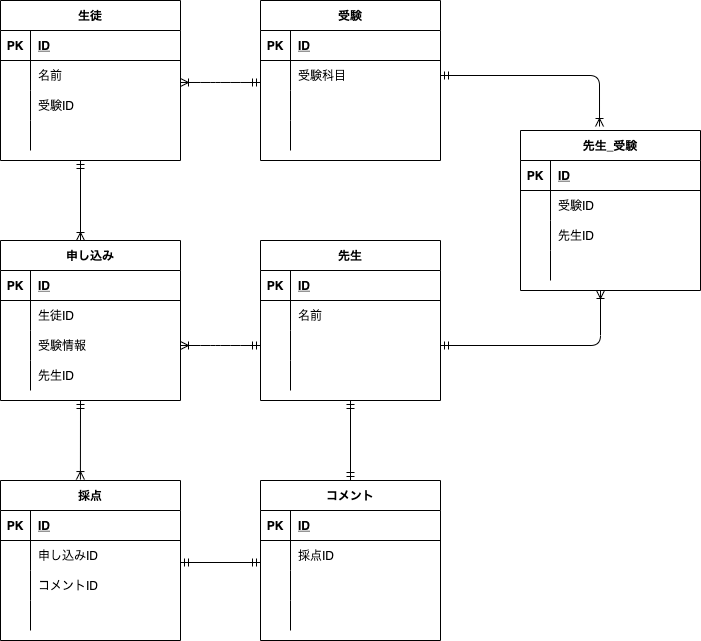
kaorunagao/coachtech-c keeps this draw.io diagram as index.drawio.png. Above is the earlier version. Source tidied: cells renumbered, new cells last; positions are measured from the earlier drawing's top-left corner, leaving out a move shared by most shapes.
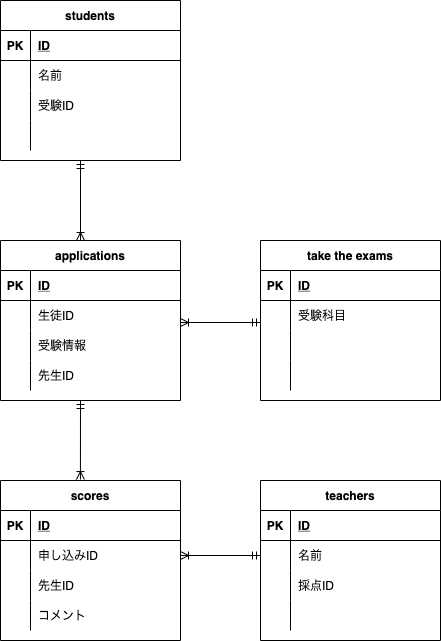
Above is the later version.

Diff of the diagram source:
```diff
@@ -2,7 +2,7 @@
   <root>
     <mxCell id="0" />
     <mxCell id="1" parent="0" />
-    <mxCell id="2" value="採点" style="shape=table;startSize=30;rowLines=0;fontStyle=1;align=center;" parent="1" vertex="1">
+    <mxCell id="2" value="scores" style="shape=table;startSize=30;rowLines=0;fontStyle=1;align=center;" parent="1" vertex="1">
       <mxGeometry y="480" width="180" height="160" as="geometry" />
     </mxCell>
     <mxCell id="3" style="shape=partialRectangle;fillColor=none;top=0;left=0;bottom=1;right=0;" parent="2" vertex="1">
@@ -29,7 +29,7 @@
     <mxCell id="10" style="shape=partialRectangle;fillColor=none;top=0;left=0;bottom=0;right=0;overflow=hidden;" parent="9" vertex="1">
       <mxGeometry width="30" height="30" as="geometry" />
     </mxCell>
-    <mxCell id="11" value="コメントID" style="shape=partialRectangle;fillColor=none;top=0;left=0;bottom=0;right=0;align=left;spacingLeft=6;overflow=hidden;" parent="9" vertex="1">
+    <mxCell id="11" value="先生ID" style="shape=partialRectangle;fillColor=none;top=0;left=0;bottom=0;right=0;align=left;spacingLeft=6;overflow=hidden;" parent="9" vertex="1">
       <mxGeometry x="30" width="150" height="30" as="geometry" />
     </mxCell>
     <mxCell id="12" style="shape=partialRectangle;fillColor=none;top=0;left=0;bottom=0;right=0;" parent="2" vertex="1">
@@ -38,11 +38,11 @@
     <mxCell id="13" style="shape=partialRectangle;fillColor=none;top=0;left=0;bottom=0;right=0;overflow=hidden;" parent="12" vertex="1">
       <mxGeometry width="30" height="30" as="geometry" />
     </mxCell>
-    <mxCell id="14" style="shape=partialRectangle;fillColor=none;top=0;left=0;bottom=0;right=0;align=left;spacingLeft=6;overflow=hidden;" parent="12" vertex="1">
+    <mxCell id="14" value="コメント" style="shape=partialRectangle;fillColor=none;top=0;left=0;bottom=0;right=0;align=left;spacingLeft=6;overflow=hidden;" parent="12" vertex="1">
       <mxGeometry x="30" width="150" height="30" as="geometry" />
     </mxCell>
-    <mxCell id="15" value="受験" style="shape=table;startSize=30;rowLines=0;fontStyle=1;align=center;" parent="1" vertex="1">
-      <mxGeometry x="260" width="180" height="160" as="geometry" />
+    <mxCell id="15" value="take the exams" style="shape=table;startSize=30;rowLines=0;fontStyle=1;align=center;" parent="1" vertex="1">
+      <mxGeometry x="260" y="240" width="180" height="160" as="geometry" />
     </mxCell>
     <mxCell id="16" style="shape=partialRectangle;fillColor=none;top=0;left=0;bottom=1;right=0;" parent="15" vertex="1">
       <mxGeometry y="30" width="180" height="30" as="geometry" />
@@ -80,47 +80,8 @@
     <mxCell id="27" style="shape=partialRectangle;fillColor=none;top=0;left=0;bottom=0;right=0;align=left;spacingLeft=6;overflow=hidden;" parent="25" vertex="1">
       <mxGeometry x="30" width="150" height="30" as="geometry" />
     </mxCell>
-    <mxCell id="28" value="コメント" style="shape=table;startSize=30;rowLines=0;fontStyle=1;align=center;" parent="1" vertex="1">
-      <mxGeometry x="260" y="480" width="180" height="160" as="geometry" />
-    </mxCell>
-    <mxCell id="29" style="shape=partialRectangle;fillColor=none;top=0;left=0;bottom=1;right=0;" parent="28" vertex="1">
-      <mxGeometry y="30" width="180" height="30" as="geometry" />
-    </mxCell>
-    <mxCell id="30" value="PK" style="shape=partialRectangle;fillColor=none;top=0;left=0;bottom=0;right=0;fontStyle=1;overflow=hidden;" parent="29" vertex="1">
-      <mxGeometry width="30" height="30" as="geometry" />
-    </mxCell>
-    <mxCell id="31" value="ID" style="shape=partialRectangle;fillColor=none;top=0;left=0;bottom=0;right=0;align=left;spacingLeft=6;fontStyle=5;overflow=hidden;" parent="29" vertex="1">
-      <mxGeometry x="30" width="150" height="30" as="geometry" />
-    </mxCell>
-    <mxCell id="32" style="shape=partialRectangle;fillColor=none;top=0;left=0;bottom=0;right=0;" parent="28" vertex="1">
-      <mxGeometry y="60" width="180" height="30" as="geometry" />
-    </mxCell>
-    <mxCell id="33" style="shape=partialRectangle;fillColor=none;top=0;left=0;bottom=0;right=0;overflow=hidden;" parent="32" vertex="1">
-      <mxGeometry width="30" height="30" as="geometry" />
-    </mxCell>
-    <mxCell id="34" value="採点ID" style="shape=partialRectangle;fillColor=none;top=0;left=0;bottom=0;right=0;align=left;spacingLeft=6;overflow=hidden;" parent="32" vertex="1">
-      <mxGeometry x="30" width="150" height="30" as="geometry" />
-    </mxCell>
-    <mxCell id="35" style="shape=partialRectangle;fillColor=none;top=0;left=0;bottom=0;right=0;" parent="28" vertex="1">
-      <mxGeometry y="90" width="180" height="30" as="geometry" />
-    </mxCell>
-    <mxCell id="36" style="shape=partialRectangle;fillColor=none;top=0;left=0;bottom=0;right=0;overflow=hidden;" parent="35" vertex="1">
-      <mxGeometry width="30" height="30" as="geometry" />
-    </mxCell>
-    <mxCell id="37" style="shape=partialRectangle;fillColor=none;top=0;left=0;bottom=0;right=0;align=left;spacingLeft=6;overflow=hidden;" parent="35" vertex="1">
-      <mxGeometry x="30" width="150" height="30" as="geometry" />
-    </mxCell>
-    <mxCell id="38" style="shape=partialRectangle;fillColor=none;top=0;left=0;bottom=0;right=0;" parent="28" vertex="1">
-      <mxGeometry y="120" width="180" height="30" as="geometry" />
-    </mxCell>
-    <mxCell id="39" style="shape=partialRectangle;fillColor=none;top=0;left=0;bottom=0;right=0;overflow=hidden;" parent="38" vertex="1">
-      <mxGeometry width="30" height="30" as="geometry" />
-    </mxCell>
-    <mxCell id="40" style="shape=partialRectangle;fillColor=none;top=0;left=0;bottom=0;right=0;align=left;spacingLeft=6;overflow=hidden;" parent="38" vertex="1">
-      <mxGeometry x="30" width="150" height="30" as="geometry" />
-    </mxCell>
-    <mxCell id="41" value="先生" style="shape=table;startSize=30;rowLines=0;fontStyle=1;align=center;" parent="1" vertex="1">
-      <mxGeometry x="260" y="240" width="180" height="160" as="geometry" />
+    <mxCell id="41" value="teachers" style="shape=table;startSize=30;rowLines=0;fontStyle=1;align=center;" parent="1" vertex="1">
+      <mxGeometry x="260" y="480" width="180" height="160" as="geometry" />
     </mxCell>
     <mxCell id="42" style="shape=partialRectangle;fillColor=none;top=0;left=0;bottom=1;right=0;" parent="41" vertex="1">
       <mxGeometry y="30" width="180" height="30" as="geometry" />
@@ -146,7 +107,7 @@
     <mxCell id="49" style="shape=partialRectangle;fillColor=none;top=0;left=0;bottom=0;right=0;overflow=hidden;" parent="48" vertex="1">
       <mxGeometry width="30" height="30" as="geometry" />
     </mxCell>
-    <mxCell id="50" style="shape=partialRectangle;fillColor=none;top=0;left=0;bottom=0;right=0;align=left;spacingLeft=6;overflow=hidden;" parent="48" vertex="1">
+    <mxCell id="50" value="採点ID" style="shape=partialRectangle;fillColor=none;top=0;left=0;bottom=0;right=0;align=left;spacingLeft=6;overflow=hidden;" parent="48" vertex="1">
       <mxGeometry x="30" width="150" height="30" as="geometry" />
     </mxCell>
     <mxCell id="51" style="shape=partialRectangle;fillColor=none;top=0;left=0;bottom=0;right=0;" parent="41" vertex="1">
@@ -158,7 +119,7 @@
     <mxCell id="53" style="shape=partialRectangle;fillColor=none;top=0;left=0;bottom=0;right=0;align=left;spacingLeft=6;overflow=hidden;" parent="51" vertex="1">
       <mxGeometry x="30" width="150" height="30" as="geometry" />
     </mxCell>
-    <mxCell id="54" value="生徒" style="shape=table;startSize=30;rowLines=0;fontStyle=1;align=center;" parent="1" vertex="1">
+    <mxCell id="54" value="students" style="shape=table;startSize=30;rowLines=0;fontStyle=1;align=center;" parent="1" vertex="1">
       <mxGeometry width="180" height="160" as="geometry" />
     </mxCell>
     <mxCell id="55" style="shape=partialRectangle;fillColor=none;top=0;left=0;bottom=1;right=0;" parent="54" vertex="1">
@@ -197,46 +158,7 @@
     <mxCell id="66" style="shape=partialRectangle;fillColor=none;top=0;left=0;bottom=0;right=0;align=left;spacingLeft=6;overflow=hidden;" parent="64" vertex="1">
       <mxGeometry x="30" width="150" height="30" as="geometry" />
     </mxCell>
-    <mxCell id="67" value="先生_受験" style="shape=table;startSize=30;rowLines=0;fontStyle=1;align=center;" parent="1" vertex="1">
-      <mxGeometry x="520" y="130" width="180" height="160" as="geometry" />
-    </mxCell>
-    <mxCell id="68" style="shape=partialRectangle;fillColor=none;top=0;left=0;bottom=1;right=0;" parent="67" vertex="1">
-      <mxGeometry y="30" width="180" height="30" as="geometry" />
-    </mxCell>
-    <mxCell id="69" value="PK" style="shape=partialRectangle;fillColor=none;top=0;left=0;bottom=0;right=0;fontStyle=1;overflow=hidden;" parent="68" vertex="1">
-      <mxGeometry width="30" height="30" as="geometry" />
-    </mxCell>
-    <mxCell id="70" value="ID" style="shape=partialRectangle;fillColor=none;top=0;left=0;bottom=0;right=0;align=left;spacingLeft=6;fontStyle=5;overflow=hidden;" parent="68" vertex="1">
-      <mxGeometry x="30" width="150" height="30" as="geometry" />
-    </mxCell>
-    <mxCell id="71" style="shape=partialRectangle;fillColor=none;top=0;left=0;bottom=0;right=0;" parent="67" vertex="1">
-      <mxGeometry y="60" width="180" height="30" as="geometry" />
-    </mxCell>
-    <mxCell id="72" style="shape=partialRectangle;fillColor=none;top=0;left=0;bottom=0;right=0;overflow=hidden;" parent="71" vertex="1">
-      <mxGeometry width="30" height="30" as="geometry" />
-    </mxCell>
-    <mxCell id="73" value="受験ID" style="shape=partialRectangle;fillColor=none;top=0;left=0;bottom=0;right=0;align=left;spacingLeft=6;overflow=hidden;" parent="71" vertex="1">
-      <mxGeometry x="30" width="150" height="30" as="geometry" />
-    </mxCell>
-    <mxCell id="74" style="shape=partialRectangle;fillColor=none;top=0;left=0;bottom=0;right=0;" parent="67" vertex="1">
-      <mxGeometry y="90" width="180" height="30" as="geometry" />
-    </mxCell>
-    <mxCell id="75" style="shape=partialRectangle;fillColor=none;top=0;left=0;bottom=0;right=0;overflow=hidden;" parent="74" vertex="1">
-      <mxGeometry width="30" height="30" as="geometry" />
-    </mxCell>
-    <mxCell id="76" value="先生ID" style="shape=partialRectangle;fillColor=none;top=0;left=0;bottom=0;right=0;align=left;spacingLeft=6;overflow=hidden;" parent="74" vertex="1">
-      <mxGeometry x="30" width="150" height="30" as="geometry" />
-    </mxCell>
-    <mxCell id="77" style="shape=partialRectangle;fillColor=none;top=0;left=0;bottom=0;right=0;" parent="67" vertex="1">
-      <mxGeometry y="120" width="180" height="30" as="geometry" />
-    </mxCell>
-    <mxCell id="78" style="shape=partialRectangle;fillColor=none;top=0;left=0;bottom=0;right=0;overflow=hidden;" parent="77" vertex="1">
-      <mxGeometry width="30" height="30" as="geometry" />
-    </mxCell>
-    <mxCell id="79" style="shape=partialRectangle;fillColor=none;top=0;left=0;bottom=0;right=0;align=left;spacingLeft=6;overflow=hidden;" parent="77" vertex="1">
-      <mxGeometry x="30" width="150" height="30" as="geometry" />
-    </mxCell>
-    <mxCell id="80" value="申し込み" style="shape=table;startSize=30;rowLines=0;fontStyle=1;align=center;" parent="1" vertex="1">
+    <mxCell id="80" value="applications" style="shape=table;startSize=30;rowLines=0;fontStyle=1;align=center;" parent="1" vertex="1">
       <mxGeometry y="240" width="180" height="160" as="geometry" />
     </mxCell>
     <mxCell id="81" style="shape=partialRectangle;fillColor=none;top=0;left=0;bottom=1;right=0;" parent="80" vertex="1">
@@ -275,46 +197,24 @@
     <mxCell id="92" value="先生ID" style="shape=partialRectangle;fillColor=none;top=0;left=0;bottom=0;right=0;align=left;spacingLeft=6;overflow=hidden;" parent="90" vertex="1">
       <mxGeometry x="30" width="150" height="30" as="geometry" />
     </mxCell>
-    <mxCell id="93" style="edgeStyle=entityRelationEdgeStyle;fontSize=12;html=1;endArrow=ERoneToMany;startArrow=ERmandOne;exitX=0;exitY=0.733;exitDx=0;exitDy=0;exitPerimeter=0;entryX=1;entryY=0.733;entryDx=0;entryDy=0;entryPerimeter=0;" parent="1" edge="1" source="19" target="58">
-      <mxGeometry relative="1" as="geometry" />
+    <mxCell id="93" style="fontSize=12;html=1;endArrow=ERoneToMany;startArrow=ERmandOne;exitX=0;exitY=0.733;exitDx=0;exitDy=0;exitPerimeter=0;" parent="1" edge="1" source="19">
+      <mxGeometry relative="1" as="geometry">
+        <mxPoint x="180" y="322" as="targetPoint" />
+      </mxGeometry>
     </mxCell>
     <mxCell id="94" style="fontSize=12;html=1;endArrow=ERoneToMany;startArrow=ERmandOne;entryX=0.444;entryY=-0.006;entryDx=0;entryDy=0;entryPerimeter=0;" parent="1" edge="1" target="2">
       <mxGeometry relative="1" as="geometry">
         <mxPoint x="80" y="400" as="sourcePoint" />
       </mxGeometry>
     </mxCell>
-    <mxCell id="95" style="fontSize=12;html=1;endArrow=ERoneToMany;startArrow=ERmandOne;exitX=1;exitY=0.5;exitDx=0;exitDy=0;entryX=0.439;entryY=-0.025;entryDx=0;entryDy=0;entryPerimeter=0;" parent="1" edge="1" source="19" target="67">
-      <mxGeometry relative="1" as="geometry">
-        <Array as="points">
-          <mxPoint x="599" y="75" />
-        </Array>
-      </mxGeometry>
-    </mxCell>
-    <mxCell id="96" style="fontSize=12;html=1;endArrow=ERoneToMany;startArrow=ERmandOne;exitX=1;exitY=0.5;exitDx=0;exitDy=0;" parent="1" edge="1" source="48">
-      <mxGeometry relative="1" as="geometry">
-        <mxPoint x="600" y="290" as="targetPoint" />
-        <Array as="points">
-          <mxPoint x="600" y="345" />
-        </Array>
-      </mxGeometry>
-    </mxCell>
-    <mxCell id="97" style="fontSize=12;html=1;endArrow=ERmandOne;startArrow=ERmandOne;" parent="1" edge="1">
-      <mxGeometry relative="1" as="geometry">
-        <mxPoint x="180" y="562" as="sourcePoint" />
-        <mxPoint x="260" y="562" as="targetPoint" />
-      </mxGeometry>
-    </mxCell>
     <mxCell id="98" style="fontSize=12;html=1;endArrow=ERoneToMany;startArrow=ERmandOne;" parent="1" edge="1">
       <mxGeometry relative="1" as="geometry">
         <mxPoint x="80" y="160" as="sourcePoint" />
         <mxPoint x="80" y="240" as="targetPoint" />
       </mxGeometry>
     </mxCell>
-    <mxCell id="99" style="edgeStyle=entityRelationEdgeStyle;fontSize=12;html=1;endArrow=ERoneToMany;startArrow=ERmandOne;exitX=0;exitY=0.5;exitDx=0;exitDy=0;entryX=1;entryY=0.5;entryDx=0;entryDy=0;" parent="1" edge="1" source="48" target="87">
-      <mxGeometry relative="1" as="geometry" />
-    </mxCell>
-    <mxCell id="100" style="fontSize=12;html=1;endArrow=ERmandOne;startArrow=ERmandOne;entryX=0.5;entryY=1;entryDx=0;entryDy=0;exitX=0.5;exitY=0;exitDx=0;exitDy=0;" parent="1" edge="1" source="28" target="41">
-      <mxGeometry relative="1" as="geometry" />
-    </mxCell>
+    <mxCell id="101" style="fontSize=12;html=1;endArrow=ERoneToMany;startArrow=ERmandOne;entryX=1;entryY=0.5;entryDx=0;entryDy=0;exitX=0;exitY=0.5;exitDx=0;exitDy=0;" parent="1" edge="1" source="45" target="6">
+      <mxGeometry relative="1" as="geometry" />
+    </mxCell>
   </root>
 </mxGraphModel>
```
